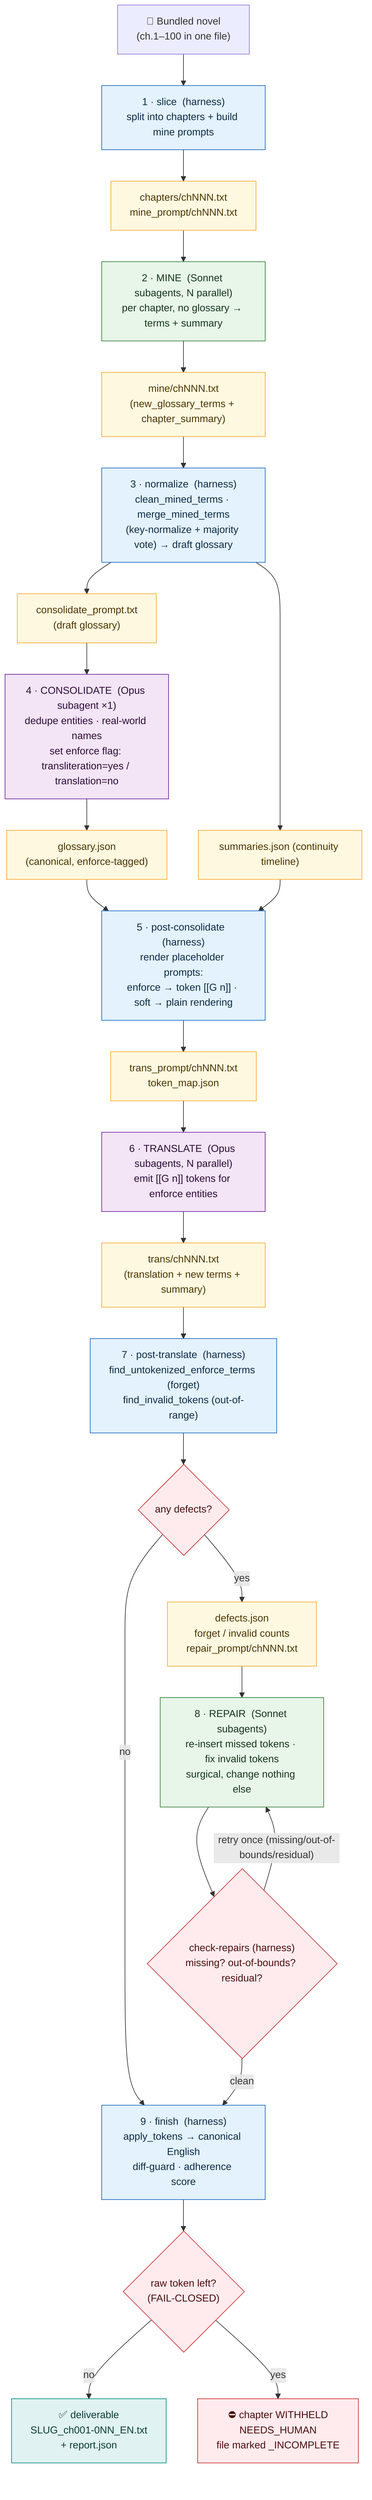
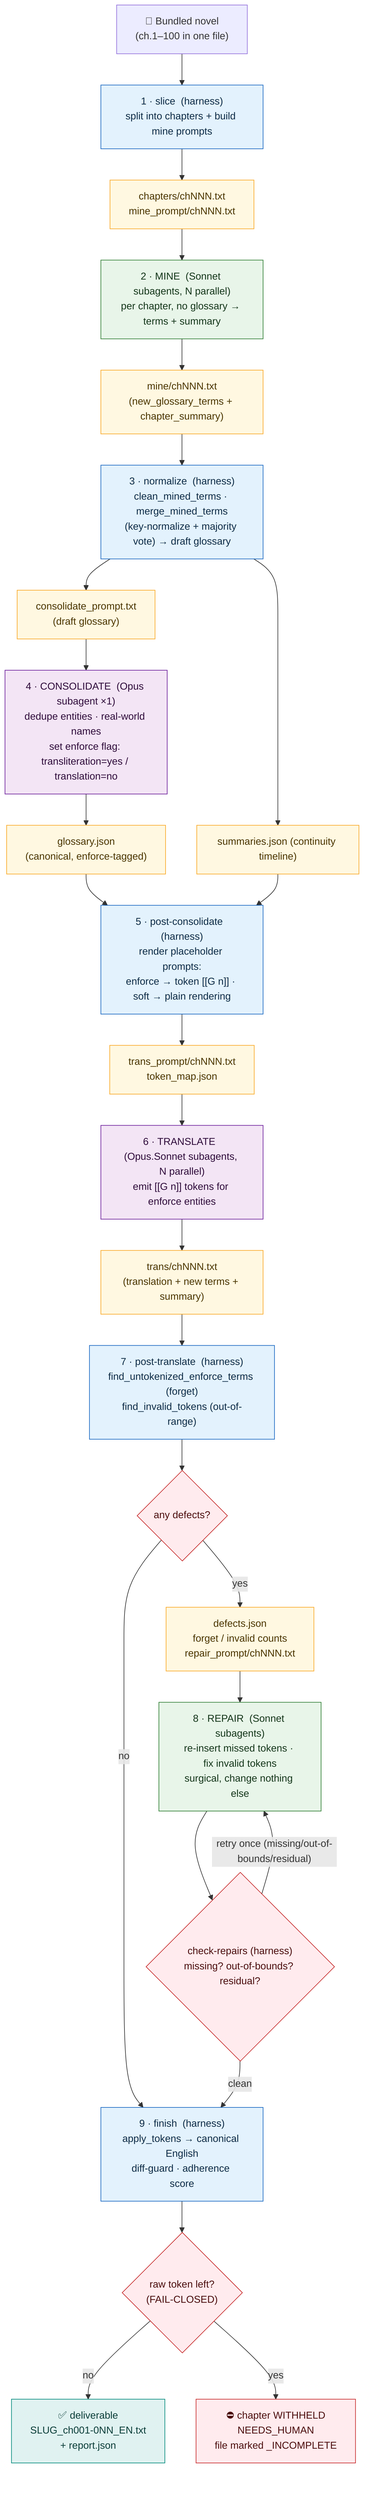
%% Korean→English webnovel translation pipeline (run_pipeline.py)
%% Paste into Excalidraw: top toolbar → search "mermaid" / Insert → "Mermaid to Excalidraw" → paste → Insert.
%% Legend: [harness] = deterministic Python (no model). [subagent] = Claude worker on subscription.

flowchart TD
    SRC["📄 Bundled novel<br/>(ch.1–100 in one file)"]

    %% ---------- Phase 1: slice ----------
    SLICE["1 · slice  (harness)<br/>split into chapters + build mine prompts"]
    CH["chapters/chNNN.txt<br/>mine_prompt/chNNN.txt"]

    %% ---------- Stage 1: mine ----------
    MINE["2 · MINE  (Sonnet subagents, N parallel)<br/>per chapter, no glossary → terms + summary"]
    MINEOUT["mine/chNNN.txt<br/>(new_glossary_terms + chapter_summary)"]

    %% ---------- normalize ----------
    NORM["3 · normalize  (harness)<br/>clean_mined_terms · merge_mined_terms<br/>(key-normalize + majority vote) → draft glossary"]
    SUMM["summaries.json (continuity timeline)"]
    DRAFT["consolidate_prompt.txt<br/>(draft glossary)"]

    %% ---------- consolidate ----------
    CONS["4 · CONSOLIDATE  (Opus subagent ×1)<br/>dedupe entities · real-world names<br/>set enforce flag: transliteration=yes / translation=no"]
    GLOS["glossary.json<br/>(canonical, enforce-tagged)"]

    %% ---------- post-consolidate ----------
    PC["5 · post-consolidate  (harness)<br/>render placeholder prompts:<br/>enforce → token [[G n]] · soft → plain rendering"]
    TP["trans_prompt/chNNN.txt<br/>token_map.json"]

    %% ---------- Stage 2: translate ----------
-     TR["6 · TRANSLATE  (Opus subagents, N parallel)<br/>emit [[G n]] tokens for enforce entities"]
+     TR["6 · TRANSLATE  (Opus.Sonnet subagents, N parallel)<br/>emit [[G n]] tokens for enforce entities"]
    TROUT["trans/chNNN.txt<br/>(translation + new terms + summary)"]

    %% ---------- post-translate: defect detection ----------
    PT["7 · post-translate  (harness)<br/>find_untokenized_enforce_terms (forget)<br/>find_invalid_tokens (out-of-range)"]
    DEF{"any defects?"}
    DJSON["defects.json<br/>forget / invalid counts<br/>repair_prompt/chNNN.txt"]

    %% ---------- repair loop ----------
    REP["8 · REPAIR  (Sonnet subagents)<br/>re-insert missed tokens · fix invalid tokens<br/>surgical, change nothing else"]
    CHK{"check-repairs (harness)<br/>missing? out-of-bounds? residual?"}

    %% ---------- finish ----------
    FIN["9 · finish  (harness)<br/>apply_tokens → canonical English<br/>diff-guard · adherence score"]
    GATE{"raw token left?<br/>(FAIL-CLOSED)"}
    OUT["✅ deliverable<br/>SLUG_ch001-0NN_EN.txt<br/>+ report.json"]
    HOLD["⛔ chapter WITHHELD<br/>NEEDS_HUMAN<br/>file marked _INCOMPLETE"]

    SRC --> SLICE --> CH --> MINE --> MINEOUT --> NORM
    NORM --> SUMM
    NORM --> DRAFT --> CONS --> GLOS --> PC
    SUMM --> PC
    PC --> TP --> TR --> TROUT --> PT --> DEF
    DEF -- no --> FIN
    DEF -- yes --> DJSON --> REP --> CHK
    CHK -- retry once (missing/out-of-bounds/residual) --> REP
    CHK -- clean --> FIN
    FIN --> GATE
    GATE -- no --> OUT
    GATE -- yes --> HOLD

    classDef harness fill:#e3f2fd,stroke:#1565c0,color:#0d2b45;
    classDef sonnet  fill:#e8f5e9,stroke:#2e7d32,color:#14361a;
    classDef opus    fill:#f3e5f5,stroke:#6a1b9a,color:#2e0b3a;
    classDef data    fill:#fff8e1,stroke:#f9a825,color:#4a3500;
    classDef gate    fill:#ffebee,stroke:#c62828,color:#4a0d0d;
    classDef good    fill:#e0f2f1,stroke:#00897b,color:#0a3d38;

    class SLICE,NORM,PC,PT,FIN harness;
    class MINE,REP sonnet;
    class CONS,TR opus;
    class CH,MINEOUT,SUMM,DRAFT,GLOS,TP,TROUT,DJSON data;
    class DEF,CHK,GATE gate;
    class OUT good;
    class HOLD gate;
